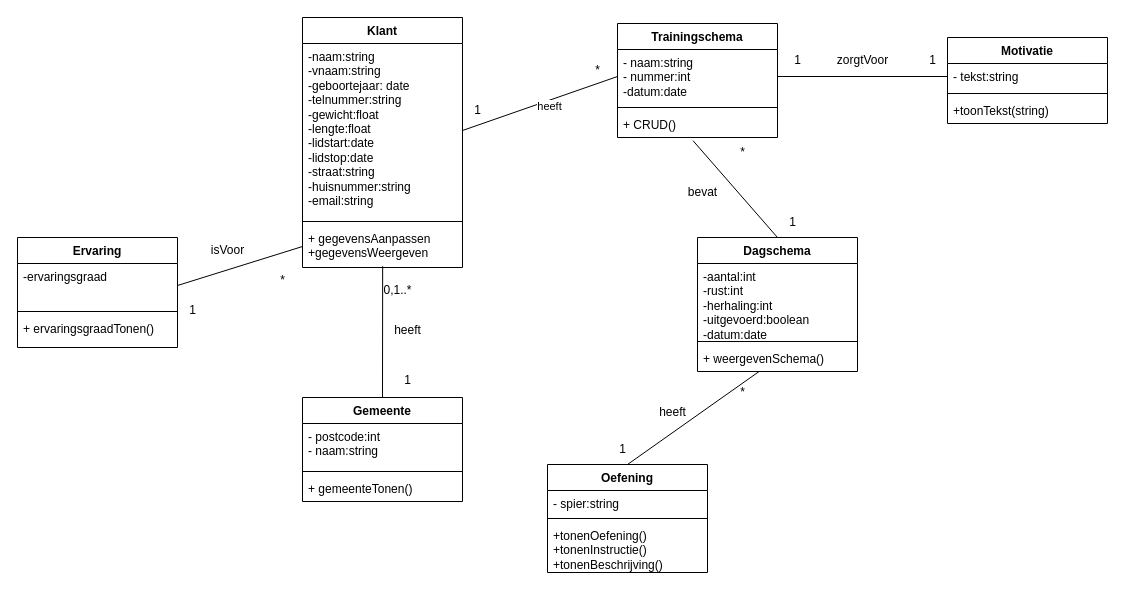
Earlier version of the draw.io diagram docs/Klassendiagram.dio (Juan-De-Man/BeastBuilder). Source tidied: cells renumbered, new cells numbered last; positions are measured from the earlier drawing's top-left corner, leaving out a move shared by most shapes. Both pictures are drawn from the tidied source at 100%, with x=0, y=0 at pixel (17, 17).
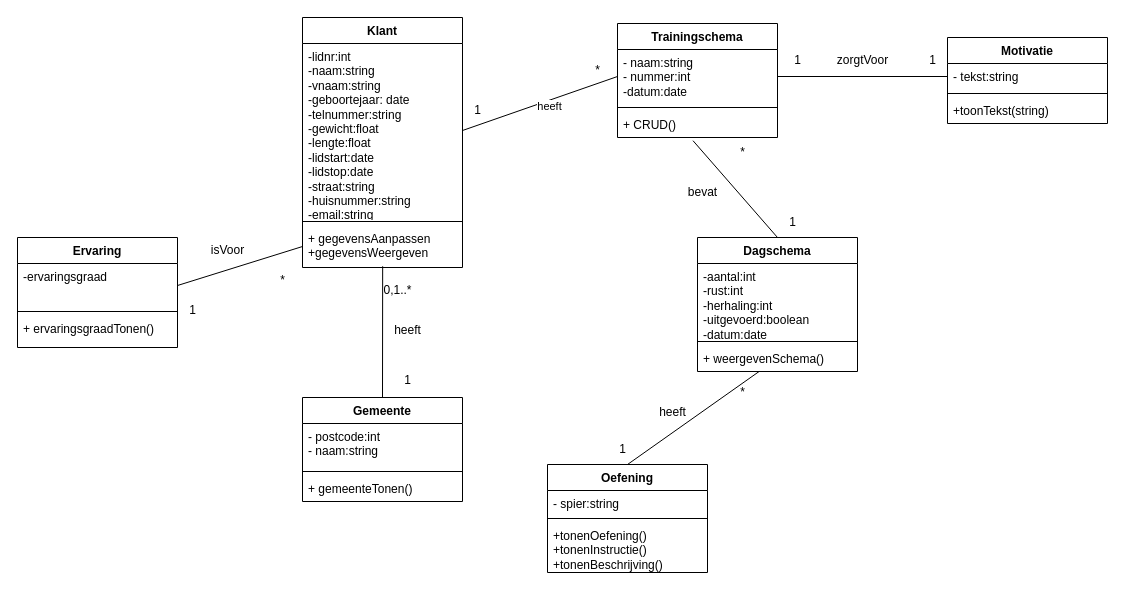
Above is the later version.

The change refers to these unchanged cells:
```xml
<mxCell id="6" value="Klant" style="swimlane;fontStyle=1;align=center;verticalAlign=top;horizontal=1;startSize=26;whiteSpace=wrap;html=1;" parent="1" vertex="1">
  <mxGeometry x="285" width="160" height="250" as="geometry" />
</mxCell>
```

What changed in the source:
```diff
@@
-    <mxCell id="7" value="-naam:string&lt;div&gt;&lt;font color=&quot;#000000&quot;&gt;-vnaam:string&lt;/font&gt;&lt;/div&gt;&lt;div&gt;&lt;font color=&quot;#000000&quot;&gt;-geboortejaar: date&lt;/font&gt;&lt;/div&gt;&lt;div&gt;&lt;font color=&quot;#000000&quot;&gt;-telnummer:string&lt;/font&gt;&lt;/div&gt;&lt;div&gt;&lt;font color=&quot;#000000&quot;&gt;-gewicht:float&lt;/font&gt;&lt;/div&gt;&lt;div&gt;&lt;font color=&quot;#000000&quot;&gt;&lt;font color=&quot;#000000&quot;&gt;-lengte:float&lt;/font&gt;&lt;/font&gt;&lt;/div&gt;&lt;div&gt;&lt;font color=&quot;#000000&quot;&gt;&lt;font color=&quot;#000000&quot;&gt;-lidstart:date&lt;/font&gt;&lt;/font&gt;&lt;/div&gt;&lt;div&gt;&lt;font color=&quot;#000000&quot;&gt;&lt;font color=&quot;#000000&quot;&gt;&lt;font color=&quot;#000000&quot;&gt;-lidstop:date&lt;/font&gt;&lt;/font&gt;&lt;/font&gt;&lt;/div&gt;&lt;div&gt;&lt;font color=&quot;#000000&quot;&gt;&lt;font color=&quot;#000000&quot;&gt;&lt;font color=&quot;#000000&quot;&gt;-straat:string&lt;/font&gt;&lt;/font&gt;&lt;/font&gt;&lt;/div&gt;&lt;div&gt;&lt;font color=&quot;#000000&quot;&gt;&lt;font color=&quot;#000000&quot;&gt;&lt;font color=&quot;#000000&quot;&gt;-huisnummer:string&lt;/font&gt;&lt;/font&gt;&lt;/font&gt;&lt;/div&gt;&lt;div&gt;&lt;font color=&quot;#000000&quot;&gt;&lt;font color=&quot;#000000&quot;&gt;&lt;font color=&quot;#000000&quot;&gt;-email:string&lt;/font&gt;&lt;/font&gt;&lt;/font&gt;&lt;/div&gt;&lt;div&gt;&lt;font color=&quot;#000000&quot;&gt;&lt;font color=&quot;#000000&quot;&gt;&lt;font color=&quot;#000000&quot;&gt;&lt;br&gt;&lt;/font&gt;&lt;/font&gt;&lt;/font&gt;&lt;div&gt;&lt;br&gt;&lt;/div&gt;&lt;/div&gt;" style="text;strokeColor=none;fillColor=none;align=left;verticalAlign=top;spacingLeft=4;spacingRight=4;overflow=hidden;points=[[0,0.5],[1,0.5]];portConstraint=eastwest;whiteSpace=wrap;html=1;" parent="6" vertex="1">
+    <mxCell id="7" value="&lt;div&gt;-lidnr:int&lt;/div&gt;-naam:string&lt;div&gt;&lt;font color=&quot;#000000&quot;&gt;-vnaam:string&lt;/font&gt;&lt;/div&gt;&lt;div&gt;&lt;font color=&quot;#000000&quot;&gt;-geboortejaar: date&lt;/font&gt;&lt;/div&gt;&lt;div&gt;&lt;font color=&quot;#000000&quot;&gt;-telnummer:string&lt;/font&gt;&lt;/div&gt;&lt;div&gt;&lt;font color=&quot;#000000&quot;&gt;-gewicht:float&lt;/font&gt;&lt;/div&gt;&lt;div&gt;&lt;font color=&quot;#000000&quot;&gt;&lt;font color=&quot;#000000&quot;&gt;-lengte:float&lt;/font&gt;&lt;/font&gt;&lt;/div&gt;&lt;div&gt;&lt;font color=&quot;#000000&quot;&gt;&lt;font color=&quot;#000000&quot;&gt;-lidstart:date&lt;/font&gt;&lt;/font&gt;&lt;/div&gt;&lt;div&gt;&lt;font color=&quot;#000000&quot;&gt;&lt;font color=&quot;#000000&quot;&gt;&lt;font color=&quot;#000000&quot;&gt;-lidstop:date&lt;/font&gt;&lt;/font&gt;&lt;/font&gt;&lt;/div&gt;&lt;div&gt;&lt;font color=&quot;#000000&quot;&gt;&lt;font color=&quot;#000000&quot;&gt;&lt;font color=&quot;#000000&quot;&gt;-straat:string&lt;/font&gt;&lt;/font&gt;&lt;/font&gt;&lt;/div&gt;&lt;div&gt;&lt;font color=&quot;#000000&quot;&gt;&lt;font color=&quot;#000000&quot;&gt;&lt;font color=&quot;#000000&quot;&gt;-huisnummer:string&lt;/font&gt;&lt;/font&gt;&lt;/font&gt;&lt;/div&gt;&lt;div&gt;&lt;font color=&quot;#000000&quot;&gt;&lt;font color=&quot;#000000&quot;&gt;&lt;font color=&quot;#000000&quot;&gt;-email:string&lt;/font&gt;&lt;/font&gt;&lt;/font&gt;&lt;/div&gt;&lt;div&gt;&lt;font color=&quot;#000000&quot;&gt;&lt;font color=&quot;#000000&quot;&gt;&lt;font color=&quot;#000000&quot;&gt;&lt;br&gt;&lt;/font&gt;&lt;/font&gt;&lt;/font&gt;&lt;div&gt;&lt;br&gt;&lt;/div&gt;&lt;/div&gt;" style="text;strokeColor=none;fillColor=none;align=left;verticalAlign=top;spacingLeft=4;spacingRight=4;overflow=hidden;points=[[0,0.5],[1,0.5]];portConstraint=eastwest;whiteSpace=wrap;html=1;" parent="6" vertex="1">
       <mxGeometry y="26" width="160" height="174" as="geometry" />
     </mxCell>
```
